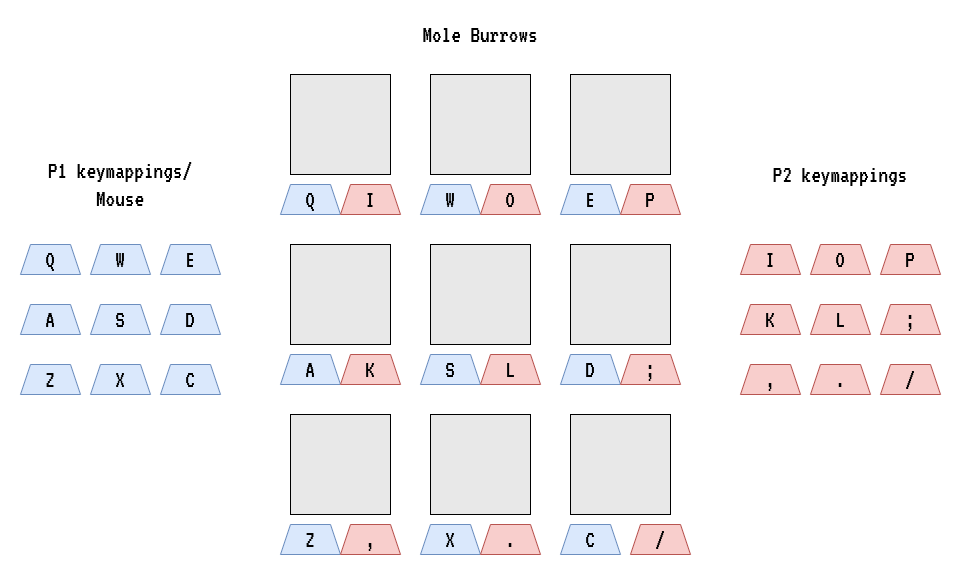
Above: images/user-help.png in tang-jh/whackAMole (draw.io), before the change. Source tidied: cells renumbered, new cells last; positions are measured from the earlier drawing's top-left corner, leaving out a move shared by most shapes.
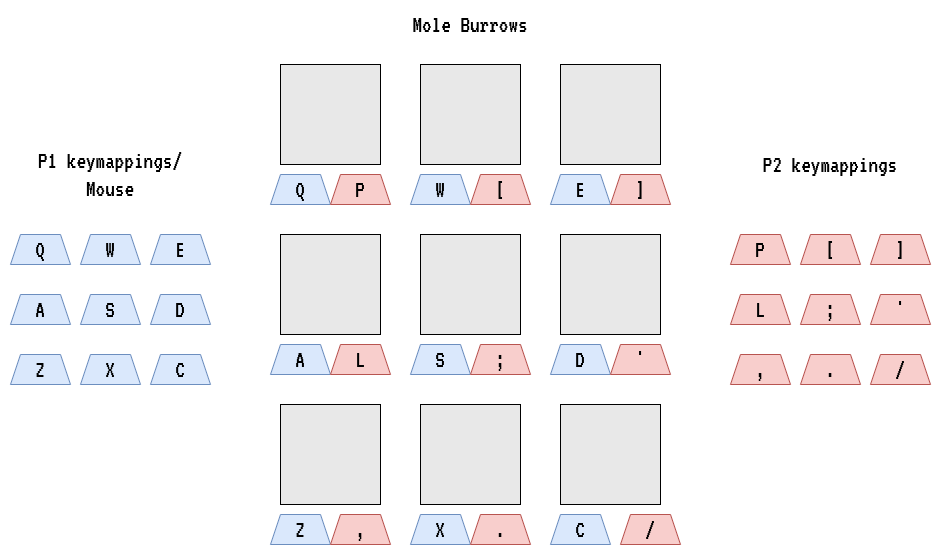
Later version of the same file.

Diff of the diagram source:
```diff
@@ -41,22 +41,22 @@
     <mxCell id="14" value="C" style="shape=trapezoid;perimeter=trapezoidPerimeter;whiteSpace=wrap;html=1;fixedSize=1;fillColor=#dae8fc;fontSize=24;strokeColor=#6c8ebf;size=10;fontFamily=VT323;fontSource=https%3A%2F%2Ffonts.googleapis.com%2Fcss%3Ffamily%3DVT323;" parent="1" vertex="1">
       <mxGeometry x="140" y="340" width="60" height="30" as="geometry" />
     </mxCell>
-    <mxCell id="15" value="I" style="shape=trapezoid;perimeter=trapezoidPerimeter;whiteSpace=wrap;html=1;fixedSize=1;fillColor=#f8cecc;fontSize=24;strokeColor=#b85450;size=10;fontFamily=VT323;fontSource=https%3A%2F%2Ffonts.googleapis.com%2Fcss%3Ffamily%3DVT323;" parent="1" vertex="1">
+    <mxCell id="15" value="P" style="shape=trapezoid;perimeter=trapezoidPerimeter;whiteSpace=wrap;html=1;fixedSize=1;fillColor=#f8cecc;fontSize=24;strokeColor=#b85450;size=10;fontFamily=VT323;fontSource=https%3A%2F%2Ffonts.googleapis.com%2Fcss%3Ffamily%3DVT323;" parent="1" vertex="1">
       <mxGeometry x="720" y="220" width="60" height="30" as="geometry" />
     </mxCell>
-    <mxCell id="16" value="O" style="shape=trapezoid;perimeter=trapezoidPerimeter;whiteSpace=wrap;html=1;fixedSize=1;fillColor=#f8cecc;fontSize=24;strokeColor=#b85450;size=10;fontFamily=VT323;fontSource=https%3A%2F%2Ffonts.googleapis.com%2Fcss%3Ffamily%3DVT323;" parent="1" vertex="1">
+    <mxCell id="16" value="[" style="shape=trapezoid;perimeter=trapezoidPerimeter;whiteSpace=wrap;html=1;fixedSize=1;fillColor=#f8cecc;fontSize=24;strokeColor=#b85450;size=10;fontFamily=VT323;fontSource=https%3A%2F%2Ffonts.googleapis.com%2Fcss%3Ffamily%3DVT323;" parent="1" vertex="1">
       <mxGeometry x="790" y="220" width="60" height="30" as="geometry" />
     </mxCell>
-    <mxCell id="17" value="P" style="shape=trapezoid;perimeter=trapezoidPerimeter;whiteSpace=wrap;html=1;fixedSize=1;fillColor=#f8cecc;fontSize=24;strokeColor=#b85450;size=10;fontFamily=VT323;fontSource=https%3A%2F%2Ffonts.googleapis.com%2Fcss%3Ffamily%3DVT323;" parent="1" vertex="1">
+    <mxCell id="17" value="]" style="shape=trapezoid;perimeter=trapezoidPerimeter;whiteSpace=wrap;html=1;fixedSize=1;fillColor=#f8cecc;fontSize=24;strokeColor=#b85450;size=10;fontFamily=VT323;fontSource=https%3A%2F%2Ffonts.googleapis.com%2Fcss%3Ffamily%3DVT323;" parent="1" vertex="1">
       <mxGeometry x="860" y="220" width="60" height="30" as="geometry" />
     </mxCell>
-    <mxCell id="18" value="K" style="shape=trapezoid;perimeter=trapezoidPerimeter;whiteSpace=wrap;html=1;fixedSize=1;fillColor=#f8cecc;fontSize=24;strokeColor=#b85450;size=10;fontFamily=VT323;fontSource=https%3A%2F%2Ffonts.googleapis.com%2Fcss%3Ffamily%3DVT323;" parent="1" vertex="1">
+    <mxCell id="18" value="L" style="shape=trapezoid;perimeter=trapezoidPerimeter;whiteSpace=wrap;html=1;fixedSize=1;fillColor=#f8cecc;fontSize=24;strokeColor=#b85450;size=10;fontFamily=VT323;fontSource=https%3A%2F%2Ffonts.googleapis.com%2Fcss%3Ffamily%3DVT323;" parent="1" vertex="1">
       <mxGeometry x="720" y="280" width="60" height="30" as="geometry" />
     </mxCell>
-    <mxCell id="19" value="L" style="shape=trapezoid;perimeter=trapezoidPerimeter;whiteSpace=wrap;html=1;fixedSize=1;fillColor=#f8cecc;fontSize=24;strokeColor=#b85450;size=10;fontFamily=VT323;fontSource=https%3A%2F%2Ffonts.googleapis.com%2Fcss%3Ffamily%3DVT323;" parent="1" vertex="1">
+    <mxCell id="19" value=";" style="shape=trapezoid;perimeter=trapezoidPerimeter;whiteSpace=wrap;html=1;fixedSize=1;fillColor=#f8cecc;fontSize=24;strokeColor=#b85450;size=10;fontFamily=VT323;fontSource=https%3A%2F%2Ffonts.googleapis.com%2Fcss%3Ffamily%3DVT323;" parent="1" vertex="1">
       <mxGeometry x="790" y="280" width="60" height="30" as="geometry" />
     </mxCell>
-    <mxCell id="20" value=";" style="shape=trapezoid;perimeter=trapezoidPerimeter;whiteSpace=wrap;html=1;fixedSize=1;fillColor=#f8cecc;fontSize=24;strokeColor=#b85450;size=10;fontFamily=VT323;fontSource=https%3A%2F%2Ffonts.googleapis.com%2Fcss%3Ffamily%3DVT323;" parent="1" vertex="1">
+    <mxCell id="20" value="'" style="shape=trapezoid;perimeter=trapezoidPerimeter;whiteSpace=wrap;html=1;fixedSize=1;fillColor=#f8cecc;fontSize=24;strokeColor=#b85450;size=10;fontFamily=VT323;fontSource=https%3A%2F%2Ffonts.googleapis.com%2Fcss%3Ffamily%3DVT323;" parent="1" vertex="1">
       <mxGeometry x="860" y="280" width="60" height="30" as="geometry" />
     </mxCell>
     <mxCell id="21" value="," style="shape=trapezoid;perimeter=trapezoidPerimeter;whiteSpace=wrap;html=1;fixedSize=1;fillColor=#f8cecc;fontSize=24;strokeColor=#b85450;size=10;fontFamily=VT323;fontSource=https%3A%2F%2Ffonts.googleapis.com%2Fcss%3Ffamily%3DVT323;" parent="1" vertex="1">
@@ -71,13 +71,13 @@
     <mxCell id="24" value="Q" style="shape=trapezoid;perimeter=trapezoidPerimeter;whiteSpace=wrap;html=1;fixedSize=1;fillColor=#dae8fc;fontSize=24;strokeColor=#6c8ebf;size=10;fontFamily=VT323;fontSource=https%3A%2F%2Ffonts.googleapis.com%2Fcss%3Ffamily%3DVT323;" parent="1" vertex="1">
       <mxGeometry x="260" y="160" width="60" height="30" as="geometry" />
     </mxCell>
-    <mxCell id="25" value="I" style="shape=trapezoid;perimeter=trapezoidPerimeter;whiteSpace=wrap;html=1;fixedSize=1;fillColor=#f8cecc;fontSize=24;strokeColor=#b85450;size=10;fontFamily=VT323;fontSource=https%3A%2F%2Ffonts.googleapis.com%2Fcss%3Ffamily%3DVT323;" parent="1" vertex="1">
+    <mxCell id="25" value="P" style="shape=trapezoid;perimeter=trapezoidPerimeter;whiteSpace=wrap;html=1;fixedSize=1;fillColor=#f8cecc;fontSize=24;strokeColor=#b85450;size=10;fontFamily=VT323;fontSource=https%3A%2F%2Ffonts.googleapis.com%2Fcss%3Ffamily%3DVT323;" parent="1" vertex="1">
       <mxGeometry x="320" y="160" width="60" height="30" as="geometry" />
     </mxCell>
     <mxCell id="26" style="whiteSpace=wrap;html=1;fillColor=#E8E8E8;fontFamily=VT323;fontSource=https%3A%2F%2Ffonts.googleapis.com%2Fcss%3Ffamily%3DVT323;" parent="1" vertex="1">
       <mxGeometry x="410" y="50" width="100" height="100" as="geometry" />
     </mxCell>
-    <mxCell id="27" value="O" style="shape=trapezoid;perimeter=trapezoidPerimeter;whiteSpace=wrap;html=1;fixedSize=1;fillColor=#f8cecc;fontSize=24;strokeColor=#b85450;size=10;fontFamily=VT323;fontSource=https%3A%2F%2Ffonts.googleapis.com%2Fcss%3Ffamily%3DVT323;" parent="1" vertex="1">
+    <mxCell id="27" value="[" style="shape=trapezoid;perimeter=trapezoidPerimeter;whiteSpace=wrap;html=1;fixedSize=1;fillColor=#f8cecc;fontSize=24;strokeColor=#b85450;size=10;fontFamily=VT323;fontSource=https%3A%2F%2Ffonts.googleapis.com%2Fcss%3Ffamily%3DVT323;" parent="1" vertex="1">
       <mxGeometry x="460" y="160" width="60" height="30" as="geometry" />
     </mxCell>
     <mxCell id="28" value="W" style="shape=trapezoid;perimeter=trapezoidPerimeter;whiteSpace=wrap;html=1;fixedSize=1;fillColor=#dae8fc;fontSize=24;strokeColor=#6c8ebf;size=10;fontFamily=VT323;fontSource=https%3A%2F%2Ffonts.googleapis.com%2Fcss%3Ffamily%3DVT323;" parent="1" vertex="1">
@@ -89,7 +89,7 @@
     <mxCell id="30" value="E" style="shape=trapezoid;perimeter=trapezoidPerimeter;whiteSpace=wrap;html=1;fixedSize=1;fillColor=#dae8fc;fontSize=24;strokeColor=#6c8ebf;size=10;fontFamily=VT323;fontSource=https%3A%2F%2Ffonts.googleapis.com%2Fcss%3Ffamily%3DVT323;" parent="1" vertex="1">
       <mxGeometry x="540" y="160" width="60" height="30" as="geometry" />
     </mxCell>
-    <mxCell id="31" value="P" style="shape=trapezoid;perimeter=trapezoidPerimeter;whiteSpace=wrap;html=1;fixedSize=1;fillColor=#f8cecc;fontSize=24;strokeColor=#b85450;size=10;fontFamily=VT323;fontSource=https%3A%2F%2Ffonts.googleapis.com%2Fcss%3Ffamily%3DVT323;" parent="1" vertex="1">
+    <mxCell id="31" value="]" style="shape=trapezoid;perimeter=trapezoidPerimeter;whiteSpace=wrap;html=1;fixedSize=1;fillColor=#f8cecc;fontSize=24;strokeColor=#b85450;size=10;fontFamily=VT323;fontSource=https%3A%2F%2Ffonts.googleapis.com%2Fcss%3Ffamily%3DVT323;" parent="1" vertex="1">
       <mxGeometry x="600" y="160" width="60" height="30" as="geometry" />
     </mxCell>
     <mxCell id="32" style="whiteSpace=wrap;html=1;fillColor=#E8E8E8;fontFamily=VT323;fontSource=https%3A%2F%2Ffonts.googleapis.com%2Fcss%3Ffamily%3DVT323;" parent="1" vertex="1">
@@ -104,19 +104,19 @@
     <mxCell id="35" value="A" style="shape=trapezoid;perimeter=trapezoidPerimeter;whiteSpace=wrap;html=1;fixedSize=1;fillColor=#dae8fc;fontSize=24;strokeColor=#6c8ebf;size=10;fontFamily=VT323;fontSource=https%3A%2F%2Ffonts.googleapis.com%2Fcss%3Ffamily%3DVT323;" parent="1" vertex="1">
       <mxGeometry x="260" y="330" width="60" height="30" as="geometry" />
     </mxCell>
-    <mxCell id="36" value="K" style="shape=trapezoid;perimeter=trapezoidPerimeter;whiteSpace=wrap;html=1;fixedSize=1;fillColor=#f8cecc;fontSize=24;strokeColor=#b85450;size=10;fontFamily=VT323;fontSource=https%3A%2F%2Ffonts.googleapis.com%2Fcss%3Ffamily%3DVT323;" parent="1" vertex="1">
+    <mxCell id="36" value="L" style="shape=trapezoid;perimeter=trapezoidPerimeter;whiteSpace=wrap;html=1;fixedSize=1;fillColor=#f8cecc;fontSize=24;strokeColor=#b85450;size=10;fontFamily=VT323;fontSource=https%3A%2F%2Ffonts.googleapis.com%2Fcss%3Ffamily%3DVT323;" parent="1" vertex="1">
       <mxGeometry x="320" y="330" width="60" height="30" as="geometry" />
     </mxCell>
     <mxCell id="37" value="S" style="shape=trapezoid;perimeter=trapezoidPerimeter;whiteSpace=wrap;html=1;fixedSize=1;fillColor=#dae8fc;fontSize=24;strokeColor=#6c8ebf;size=10;fontFamily=VT323;fontSource=https%3A%2F%2Ffonts.googleapis.com%2Fcss%3Ffamily%3DVT323;" parent="1" vertex="1">
       <mxGeometry x="400" y="330" width="60" height="30" as="geometry" />
     </mxCell>
-    <mxCell id="38" value="L" style="shape=trapezoid;perimeter=trapezoidPerimeter;whiteSpace=wrap;html=1;fixedSize=1;fillColor=#f8cecc;fontSize=24;strokeColor=#b85450;size=10;fontFamily=VT323;fontSource=https%3A%2F%2Ffonts.googleapis.com%2Fcss%3Ffamily%3DVT323;" parent="1" vertex="1">
+    <mxCell id="38" value=";" style="shape=trapezoid;perimeter=trapezoidPerimeter;whiteSpace=wrap;html=1;fixedSize=1;fillColor=#f8cecc;fontSize=24;strokeColor=#b85450;size=10;fontFamily=VT323;fontSource=https%3A%2F%2Ffonts.googleapis.com%2Fcss%3Ffamily%3DVT323;" parent="1" vertex="1">
       <mxGeometry x="460" y="330" width="60" height="30" as="geometry" />
     </mxCell>
     <mxCell id="39" value="D" style="shape=trapezoid;perimeter=trapezoidPerimeter;whiteSpace=wrap;html=1;fixedSize=1;fillColor=#dae8fc;fontSize=24;strokeColor=#6c8ebf;size=10;fontFamily=VT323;fontSource=https%3A%2F%2Ffonts.googleapis.com%2Fcss%3Ffamily%3DVT323;" parent="1" vertex="1">
       <mxGeometry x="540" y="330" width="60" height="30" as="geometry" />
     </mxCell>
-    <mxCell id="40" value=";" style="shape=trapezoid;perimeter=trapezoidPerimeter;whiteSpace=wrap;html=1;fixedSize=1;fillColor=#f8cecc;fontSize=24;strokeColor=#b85450;size=10;fontFamily=VT323;fontSource=https%3A%2F%2Ffonts.googleapis.com%2Fcss%3Ffamily%3DVT323;" parent="1" vertex="1">
+    <mxCell id="40" value="'" style="shape=trapezoid;perimeter=trapezoidPerimeter;whiteSpace=wrap;html=1;fixedSize=1;fillColor=#f8cecc;fontSize=24;strokeColor=#b85450;size=10;fontFamily=VT323;fontSource=https%3A%2F%2Ffonts.googleapis.com%2Fcss%3Ffamily%3DVT323;" parent="1" vertex="1">
       <mxGeometry x="600" y="330" width="60" height="30" as="geometry" />
     </mxCell>
     <mxCell id="41" style="whiteSpace=wrap;html=1;fillColor=#E8E8E8;fontFamily=VT323;fontSource=https%3A%2F%2Ffonts.googleapis.com%2Fcss%3Ffamily%3DVT323;" parent="1" vertex="1">
```
